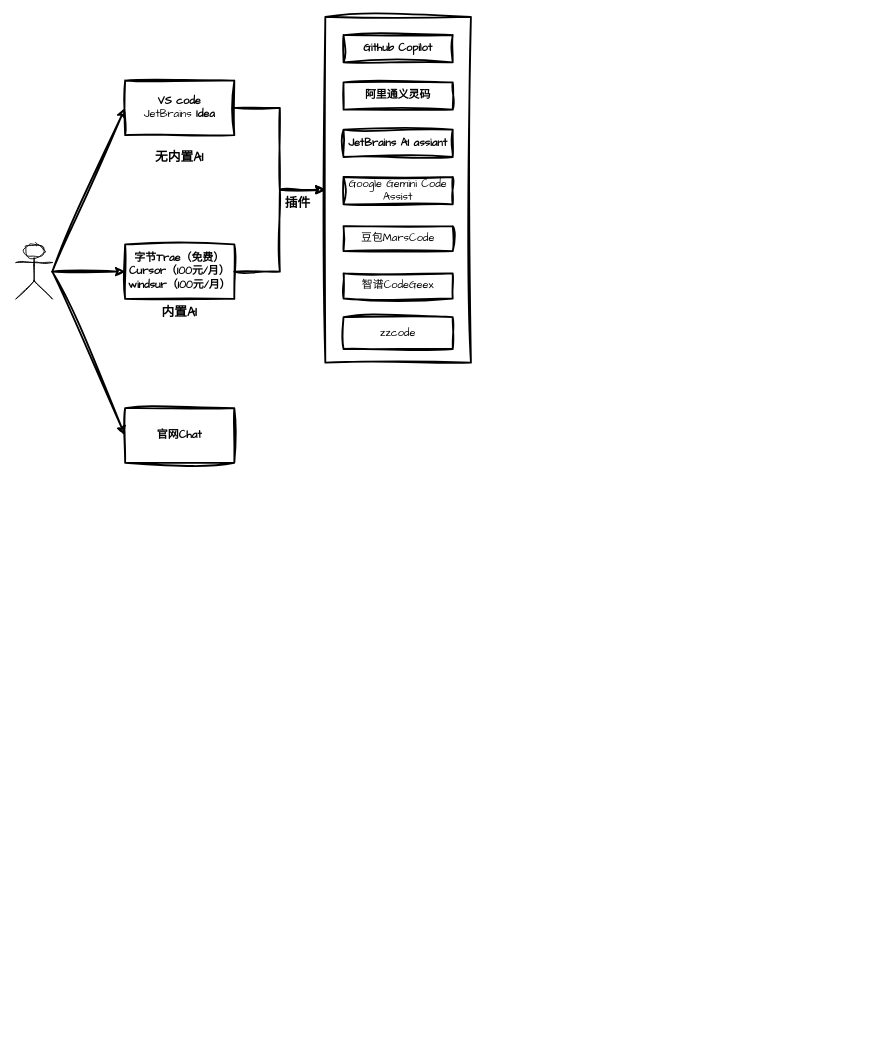
zhuanzhuan-tech/arch-draw-io keeps this draw.io diagram as tc/AI工具.drawio. Above is the earlier version. Source tidied: cells renumbered, new cells numbered last; positions are measured from the earlier drawing's top-left corner, leaving out a move shared by most shapes. Both pictures are drawn from the tidied source at 91%, with x=0, y=0 at pixel (15, 16).
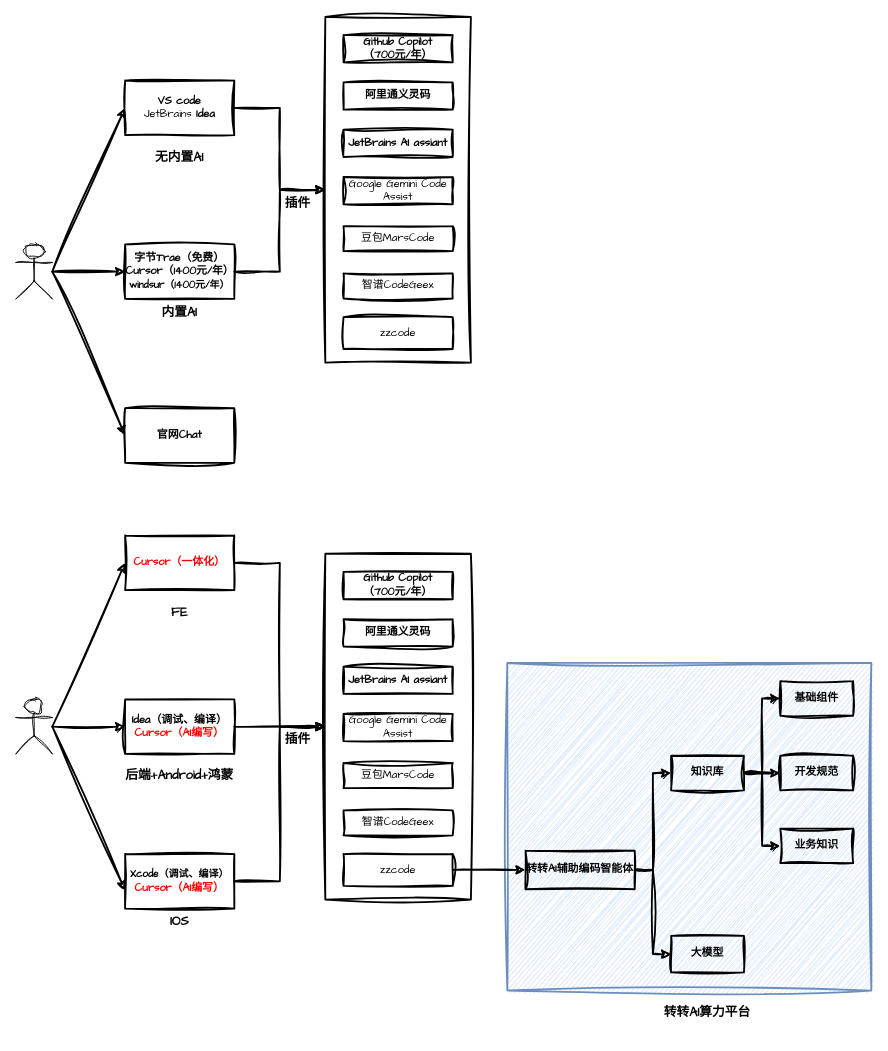
Above is the later version.

The edit, as a diff of the source:
```diff
@@
+    <mxCell id="22" value="&lt;b&gt;&lt;br&gt;&lt;/b&gt;" style="rounded=0;whiteSpace=wrap;html=1;sketch=1;hachureGap=4;jiggle=2;curveFitting=1;fontFamily=Architects Daughter;fillColor=#dae8fc;strokeWidth=2;strokeColor=#6c8ebf;" parent="1" vertex="1">
+      <mxGeometry x="540" y="710" width="400" height="360" as="geometry" />
+    </mxCell>
@@
-    <mxCell id="7" value="&lt;b&gt;字节Trae（免费）&lt;/b&gt;&lt;div&gt;&lt;b&gt;Cursor（100元/月）&lt;/b&gt;&lt;/div&gt;&lt;div&gt;&lt;b&gt;windsur&lt;/b&gt;&lt;b style=&quot;background-color: transparent; color: light-dark(rgb(0, 0, 0), rgb(255, 255, 255));&quot;&gt;（100元/月）&lt;/b&gt;&lt;/div&gt;" style="rounded=0;whiteSpace=wrap;html=1;sketch=1;hachureGap=4;jiggle=2;curveFitting=1;fontFamily=Architects Daughter;fillColor=none;strokeWidth=2;" parent="1" vertex="1">
+    <mxCell id="7" value="&lt;b&gt;字节Trae（免费）&lt;/b&gt;&lt;div&gt;&lt;b&gt;Cursor（1400元/年）&lt;/b&gt;&lt;/div&gt;&lt;div&gt;&lt;font style=&quot;font-size: 11px;&quot;&gt;&lt;b&gt;windsur&lt;/b&gt;&lt;b style=&quot;background-color: transparent; color: light-dark(rgb(0, 0, 0), rgb(255, 255, 255));&quot;&gt;（1400元/年）&lt;/b&gt;&lt;/font&gt;&lt;/div&gt;" style="rounded=0;whiteSpace=wrap;html=1;sketch=1;hachureGap=4;jiggle=2;curveFitting=1;fontFamily=Architects Daughter;fillColor=none;strokeWidth=2;" parent="1" vertex="1">
       <mxGeometry x="120" y="250" width="120" height="60" as="geometry" />
     </mxCell>
@@
-    <mxCell id="13" value="&lt;b&gt;Github Copilot&lt;/b&gt;" style="rounded=0;whiteSpace=wrap;html=1;sketch=1;hachureGap=4;jiggle=2;curveFitting=1;fontFamily=Architects Daughter;fillColor=none;strokeWidth=2;" parent="1" vertex="1">
+    <mxCell id="13" value="&lt;b&gt;Github Copilot&lt;/b&gt;&lt;div&gt;&lt;b&gt;（700元/年）&lt;/b&gt;&lt;/div&gt;" style="rounded=0;whiteSpace=wrap;html=1;sketch=1;hachureGap=4;jiggle=2;curveFitting=1;fontFamily=Architects Daughter;strokeWidth=2;" parent="1" vertex="1">
       <mxGeometry x="360" y="20" width="120" height="30" as="geometry" />
     </mxCell>
@@
+    <mxCell id="23" style="shape=umlActor;verticalLabelPosition=bottom;verticalAlign=top;html=1;sketch=1;hachureGap=4;jiggle=2;curveFitting=1;fontFamily=Architects Daughter;" parent="1" vertex="1">
+      <mxGeometry y="750" width="40" height="60" as="geometry" />
+    </mxCell>
+    <mxCell id="24" style="edgeStyle=orthogonalEdgeStyle;rounded=0;sketch=1;hachureGap=4;jiggle=2;curveFitting=1;jettySize=auto;html=1;exitX=1;exitY=0.5;exitDx=0;exitDy=0;fontFamily=Architects Daughter;strokeWidth=2;" parent="1" edge="1" source="25" target="32">
+      <mxGeometry relative="1" as="geometry" />
+    </mxCell>
+    <mxCell id="25" value="&lt;b&gt;&lt;font style=&quot;color: rgb(255, 0, 0);&quot;&gt;Cursor（一体化）&lt;/font&gt;&lt;br&gt;&lt;/b&gt;" style="rounded=0;whiteSpace=wrap;html=1;sketch=1;hachureGap=4;jiggle=2;curveFitting=1;fontFamily=Architects Daughter;fillColor=none;strokeWidth=2;" parent="1" vertex="1">
+      <mxGeometry x="120" y="570" width="120" height="60" as="geometry" />
+    </mxCell>
+    <mxCell id="26" style="edgeStyle=orthogonalEdgeStyle;rounded=0;sketch=1;hachureGap=4;jiggle=2;curveFitting=1;jettySize=auto;html=1;exitX=1;exitY=0.5;exitDx=0;exitDy=0;entryX=0;entryY=0.5;entryDx=0;entryDy=0;fontFamily=Architects Daughter;strokeWidth=2;" parent="1" edge="1" source="27" target="32">
+      <mxGeometry relative="1" as="geometry" />
+    </mxCell>
+    <mxCell id="27" value="&lt;b&gt;Idea（调试、编译）&lt;/b&gt;&lt;br&gt;&lt;div&gt;&lt;b&gt;&lt;font style=&quot;color: rgb(255, 0, 0);&quot;&gt;Cursor（AI编写）&lt;/font&gt;&lt;/b&gt;&lt;/div&gt;" style="rounded=0;whiteSpace=wrap;html=1;sketch=1;hachureGap=4;jiggle=2;curveFitting=1;fontFamily=Architects Daughter;fillColor=none;strokeWidth=2;" parent="1" vertex="1">
+      <mxGeometry x="120" y="750" width="120" height="60" as="geometry" />
+    </mxCell>
+    <mxCell id="28" style="endArrow=classic;html=1;rounded=0;sketch=1;hachureGap=4;jiggle=2;curveFitting=1;fontFamily=Architects Daughter;strokeWidth=2;entryX=0;entryY=0.5;entryDx=0;entryDy=0;" parent="1" edge="1" target="25">
+      <mxGeometry relative="1" as="geometry">
+        <mxPoint x="40" y="780" as="sourcePoint" />
+      </mxGeometry>
+    </mxCell>
+    <mxCell id="29" value="&lt;b style=&quot;forced-color-adjust: none; color: rgb(0, 0, 0); font-family: &amp;quot;Architects Daughter&amp;quot;; font-style: normal; font-variant-ligatures: normal; font-variant-caps: normal; letter-spacing: normal; orphans: 2; text-indent: 0px; text-transform: none; widows: 2; word-spacing: 0px; -webkit-text-stroke-width: 0px; white-space: nowrap; text-decoration-thickness: initial; text-decoration-style: initial; text-decoration-color: initial;&quot;&gt;&lt;font style=&quot;forced-color-adjust: none; font-size: 14px;&quot;&gt;FE&lt;/font&gt;&lt;/b&gt;" style="text;whiteSpace=wrap;html=1;fontFamily=Architects Daughter;align=center;" parent="1" vertex="1">
+      <mxGeometry x="140" y="640" width="80" height="40" as="geometry" />
+    </mxCell>
+    <mxCell id="30" value="&lt;b style=&quot;forced-color-adjust: none; color: rgb(0, 0, 0); font-family: &amp;quot;Architects Daughter&amp;quot;; font-style: normal; font-variant-ligatures: normal; font-variant-caps: normal; letter-spacing: normal; orphans: 2; text-indent: 0px; text-transform: none; widows: 2; word-spacing: 0px; -webkit-text-stroke-width: 0px; white-space: nowrap; text-decoration-thickness: initial; text-decoration-style: initial; text-decoration-color: initial;&quot;&gt;&lt;font style=&quot;forced-color-adjust: none; font-size: 14px;&quot;&gt;后端+Android+鸿蒙&lt;/font&gt;&lt;/b&gt;" style="text;whiteSpace=wrap;html=1;fontFamily=Architects Daughter;align=center;" parent="1" vertex="1">
+      <mxGeometry x="140" y="819" width="80" height="40" as="geometry" />
+    </mxCell>
+    <mxCell id="31" style="endArrow=classic;html=1;rounded=0;sketch=1;hachureGap=4;jiggle=2;curveFitting=1;fontFamily=Architects Daughter;strokeWidth=2;entryX=0;entryY=0.5;entryDx=0;entryDy=0;" parent="1" edge="1">
+      <mxGeometry relative="1" as="geometry">
+        <mxPoint x="40" y="780" as="sourcePoint" />
+        <mxPoint x="120" y="960" as="targetPoint" />
+      </mxGeometry>
+    </mxCell>
+    <mxCell id="32" style="rounded=0;whiteSpace=wrap;html=1;sketch=1;hachureGap=4;jiggle=2;curveFitting=1;fontFamily=Architects Daughter;fillColor=none;strokeWidth=2;" parent="1" vertex="1">
+      <mxGeometry x="340" y="590" width="160" height="380" as="geometry" />
+    </mxCell>
+    <mxCell id="33" value="&lt;b&gt;阿里通义灵码&lt;/b&gt;" style="rounded=0;whiteSpace=wrap;html=1;sketch=1;hachureGap=4;jiggle=2;curveFitting=1;fontFamily=Architects Daughter;fillColor=none;strokeWidth=2;" parent="1" vertex="1">
+      <mxGeometry x="360" y="662" width="120" height="30" as="geometry" />
+    </mxCell>
+    <mxCell id="34" value="&lt;b&gt;JetBrains AI assiant&lt;/b&gt;" style="rounded=0;whiteSpace=wrap;html=1;sketch=1;hachureGap=4;jiggle=2;curveFitting=1;fontFamily=Architects Daughter;fillColor=none;strokeWidth=2;" parent="1" vertex="1">
+      <mxGeometry x="360" y="714" width="120" height="30" as="geometry" />
+    </mxCell>
+    <mxCell id="35" value="&lt;span style=&quot;background-color: transparent; color: light-dark(rgb(0, 0, 0), rgb(255, 255, 255));&quot;&gt;Google Gemini Code Assist&lt;/span&gt;" style="rounded=0;whiteSpace=wrap;html=1;sketch=1;hachureGap=4;jiggle=2;curveFitting=1;fontFamily=Architects Daughter;fillColor=none;strokeWidth=2;" parent="1" vertex="1">
+      <mxGeometry x="360" y="766" width="120" height="30" as="geometry" />
+    </mxCell>
+    <mxCell id="36" value="&lt;div data-mind-map-text=&quot;[{&amp;quot;paragraphProps&amp;quot;:{&amp;quot;type&amp;quot;:&amp;quot;paragraph&amp;quot;,&amp;quot;textAlign&amp;quot;:0,&amp;quot;lineSpacing&amp;quot;:1.4},&amp;quot;isComplete&amp;quot;:true,&amp;quot;textProps&amp;quot;:[{&amp;quot;type&amp;quot;:&amp;quot;text&amp;quot;,&amp;quot;text&amp;quot;:&amp;quot;豆包MarsCode&amp;quot;,&amp;quot;color&amp;quot;:&amp;quot;#1f1f1f&amp;quot;,&amp;quot;fontWeight&amp;quot;:400,&amp;quot;fontSize&amp;quot;:14,&amp;quot;fontFamily&amp;quot;:&amp;quot;\&amp;quot;Helvetica Neue\&amp;quot;, Helvetica, \&amp;quot;PingFang SC\&amp;quot;, \&amp;quot;Microsoft YaHei\&amp;quot;, \&amp;quot;Source Han Sans SC\&amp;quot;, \&amp;quot;Noto Sans CJK SC\&amp;quot;, \&amp;quot;WenQuanYi Micro Hei\&amp;quot;, sans-serif&amp;quot;,&amp;quot;italic&amp;quot;:false,&amp;quot;underline&amp;quot;:false,&amp;quot;strike&amp;quot;:false}]}]&quot;&gt;豆包MarsCode&lt;/div&gt;" style="rounded=0;whiteSpace=wrap;html=1;sketch=1;hachureGap=4;jiggle=2;curveFitting=1;fontFamily=Architects Daughter;fillColor=none;strokeWidth=2;" parent="1" vertex="1">
+      <mxGeometry x="360" y="820" width="120" height="27.5" as="geometry" />
+    </mxCell>
+    <mxCell id="37" style="edgeStyle=orthogonalEdgeStyle;rounded=0;sketch=1;hachureGap=4;jiggle=2;curveFitting=1;jettySize=auto;html=1;exitX=1;exitY=0.5;exitDx=0;exitDy=0;entryX=0;entryY=0.5;entryDx=0;entryDy=0;fontFamily=Architects Daughter;strokeWidth=2;" parent="1" edge="1" source="38" target="42">
+      <mxGeometry relative="1" as="geometry" />
+    </mxCell>
+    <mxCell id="38" value="&lt;div data-mind-map-text=&quot;[{&amp;quot;paragraphProps&amp;quot;:{&amp;quot;type&amp;quot;:&amp;quot;paragraph&amp;quot;,&amp;quot;textAlign&amp;quot;:0,&amp;quot;lineSpacing&amp;quot;:1.4},&amp;quot;isComplete&amp;quot;:true,&amp;quot;textProps&amp;quot;:[{&amp;quot;type&amp;quot;:&amp;quot;text&amp;quot;,&amp;quot;text&amp;quot;:&amp;quot;豆包MarsCode&amp;quot;,&amp;quot;color&amp;quot;:&amp;quot;#1f1f1f&amp;quot;,&amp;quot;fontWeight&amp;quot;:400,&amp;quot;fontSize&amp;quot;:14,&amp;quot;fontFamily&amp;quot;:&amp;quot;\&amp;quot;Helvetica Neue\&amp;quot;, Helvetica, \&amp;quot;PingFang SC\&amp;quot;, \&amp;quot;Microsoft YaHei\&amp;quot;, \&amp;quot;Source Han Sans SC\&amp;quot;, \&amp;quot;Noto Sans CJK SC\&amp;quot;, \&amp;quot;WenQuanYi Micro Hei\&amp;quot;, sans-serif&amp;quot;,&amp;quot;italic&amp;quot;:false,&amp;quot;underline&amp;quot;:false,&amp;quot;strike&amp;quot;:false}]}]&quot;&gt;&lt;div data-mind-map-text=&quot;[{&amp;quot;paragraphProps&amp;quot;:{&amp;quot;type&amp;quot;:&amp;quot;paragraph&amp;quot;,&amp;quot;textAlign&amp;quot;:0,&amp;quot;lineSpacing&amp;quot;:1.4},&amp;quot;isComplete&amp;quot;:true,&amp;quot;textProps&amp;quot;:[{&amp;quot;type&amp;quot;:&amp;quot;text&amp;quot;,&amp;quot;text&amp;quot;:&amp;quot;zzcode&amp;quot;,&amp;quot;color&amp;quot;:&amp;quot;#1f1f1f&amp;quot;,&amp;quot;fontWeight&amp;quot;:400,&amp;quot;fontSize&amp;quot;:14,&amp;quot;fontFamily&amp;quot;:&amp;quot;\&amp;quot;Helvetica Neue\&amp;quot;, Helvetica, \&amp;quot;PingFang SC\&amp;quot;, \&amp;quot;Microsoft YaHei\&amp;quot;, \&amp;quot;Source Han Sans SC\&amp;quot;, \&amp;quot;Noto Sans CJK SC\&amp;quot;, \&amp;quot;WenQuanYi Micro Hei\&amp;quot;, sans-serif&amp;quot;,&amp;quot;italic&amp;quot;:false,&amp;quot;underline&amp;quot;:false,&amp;quot;strike&amp;quot;:false}]}]&quot;&gt;zzcode&lt;/div&gt;&lt;/div&gt;" style="rounded=0;whiteSpace=wrap;html=1;sketch=1;hachureGap=4;jiggle=2;curveFitting=1;fontFamily=Architects Daughter;fillColor=none;strokeWidth=2;" parent="1" vertex="1">
+      <mxGeometry x="360" y="920" width="120" height="35" as="geometry" />
+    </mxCell>
+    <mxCell id="39" value="&lt;div data-mind-map-text=&quot;[{&amp;quot;paragraphProps&amp;quot;:{&amp;quot;type&amp;quot;:&amp;quot;paragraph&amp;quot;,&amp;quot;textAlign&amp;quot;:0,&amp;quot;lineSpacing&amp;quot;:1.4},&amp;quot;isComplete&amp;quot;:true,&amp;quot;textProps&amp;quot;:[{&amp;quot;type&amp;quot;:&amp;quot;text&amp;quot;,&amp;quot;text&amp;quot;:&amp;quot;豆包MarsCode&amp;quot;,&amp;quot;color&amp;quot;:&amp;quot;#1f1f1f&amp;quot;,&amp;quot;fontWeight&amp;quot;:400,&amp;quot;fontSize&amp;quot;:14,&amp;quot;fontFamily&amp;quot;:&amp;quot;\&amp;quot;Helvetica Neue\&amp;quot;, Helvetica, \&amp;quot;PingFang SC\&amp;quot;, \&amp;quot;Microsoft YaHei\&amp;quot;, \&amp;quot;Source Han Sans SC\&amp;quot;, \&amp;quot;Noto Sans CJK SC\&amp;quot;, \&amp;quot;WenQuanYi Micro Hei\&amp;quot;, sans-serif&amp;quot;,&amp;quot;italic&amp;quot;:false,&amp;quot;underline&amp;quot;:false,&amp;quot;strike&amp;quot;:false}]}]&quot;&gt;智谱CodeGeex&lt;/div&gt;" style="rounded=0;whiteSpace=wrap;html=1;sketch=1;hachureGap=4;jiggle=2;curveFitting=1;fontFamily=Architects Daughter;fillColor=none;strokeWidth=2;" parent="1" vertex="1">
+      <mxGeometry x="360" y="872" width="120" height="27.5" as="geometry" />
+    </mxCell>
+    <mxCell id="40" style="edgeStyle=orthogonalEdgeStyle;rounded=0;sketch=1;hachureGap=4;jiggle=2;curveFitting=1;jettySize=auto;html=1;exitX=1;exitY=0.5;exitDx=0;exitDy=0;entryX=0;entryY=0.5;entryDx=0;entryDy=0;fontFamily=Architects Daughter;strokeWidth=2;" parent="1" edge="1" source="42" target="46">
+      <mxGeometry relative="1" as="geometry" />
+    </mxCell>
+    <mxCell id="41" style="edgeStyle=orthogonalEdgeStyle;rounded=0;sketch=1;hachureGap=4;jiggle=2;curveFitting=1;jettySize=auto;html=1;exitX=1;exitY=0.5;exitDx=0;exitDy=0;entryX=0;entryY=0.5;entryDx=0;entryDy=0;fontFamily=Architects Daughter;strokeWidth=2;" parent="1" edge="1" source="42" target="47">
+      <mxGeometry relative="1" as="geometry" />
+    </mxCell>
+    <mxCell id="42" value="&lt;b&gt;转转AI辅助编码智能体&lt;br&gt;&lt;/b&gt;" style="rounded=0;whiteSpace=wrap;html=1;sketch=1;hachureGap=4;jiggle=2;curveFitting=1;fontFamily=Architects Daughter;fillColor=none;strokeWidth=2;" parent="1" vertex="1">
+      <mxGeometry x="560" y="916.2" width="120" height="42.5" as="geometry" />
+    </mxCell>
+    <mxCell id="43" style="edgeStyle=orthogonalEdgeStyle;rounded=0;sketch=1;hachureGap=4;jiggle=2;curveFitting=1;jettySize=auto;html=1;exitX=1;exitY=0.5;exitDx=0;exitDy=0;entryX=0;entryY=0.5;entryDx=0;entryDy=0;fontFamily=Architects Daughter;strokeWidth=2;" parent="1" edge="1" source="46" target="49">
+      <mxGeometry relative="1" as="geometry" />
+    </mxCell>
+    <mxCell id="44" style="edgeStyle=orthogonalEdgeStyle;rounded=0;sketch=1;hachureGap=4;jiggle=2;curveFitting=1;jettySize=auto;html=1;exitX=1;exitY=0.5;exitDx=0;exitDy=0;entryX=0;entryY=0.5;entryDx=0;entryDy=0;fontFamily=Architects Daughter;strokeWidth=2;" parent="1" edge="1" source="46" target="50">
+      <mxGeometry relative="1" as="geometry" />
+    </mxCell>
+    <mxCell id="45" style="edgeStyle=orthogonalEdgeStyle;rounded=0;sketch=1;hachureGap=4;jiggle=2;curveFitting=1;jettySize=auto;html=1;exitX=1;exitY=0.5;exitDx=0;exitDy=0;entryX=0;entryY=0.5;entryDx=0;entryDy=0;fontFamily=Architects Daughter;strokeWidth=2;" parent="1" edge="1" source="46" target="51">
+      <mxGeometry relative="1" as="geometry" />
+    </mxCell>
+    <mxCell id="46" value="&lt;b&gt;知识库&lt;/b&gt;" style="rounded=0;whiteSpace=wrap;html=1;sketch=1;hachureGap=4;jiggle=2;curveFitting=1;fontFamily=Architects Daughter;fillColor=none;strokeWidth=2;" parent="1" vertex="1">
+      <mxGeometry x="720" y="812" width="80" height="38" as="geometry" />
+    </mxCell>
+    <mxCell id="47" value="&lt;b&gt;大模型&lt;br&gt;&lt;/b&gt;" style="rounded=0;whiteSpace=wrap;html=1;sketch=1;hachureGap=4;jiggle=2;curveFitting=1;fontFamily=Architects Daughter;fillColor=none;strokeWidth=2;" parent="1" vertex="1">
+      <mxGeometry x="720" y="1010" width="80" height="40" as="geometry" />
+    </mxCell>
+    <mxCell id="48" value="&lt;b style=&quot;forced-color-adjust: none; color: rgb(0, 0, 0); font-family: &amp;quot;Architects Daughter&amp;quot;; font-style: normal; font-variant-ligatures: normal; font-variant-caps: normal; letter-spacing: normal; orphans: 2; text-indent: 0px; text-transform: none; widows: 2; word-spacing: 0px; -webkit-text-stroke-width: 0px; white-space: nowrap; text-decoration-thickness: initial; text-decoration-style: initial; text-decoration-color: initial;&quot;&gt;&lt;font style=&quot;forced-color-adjust: none; font-size: 14px;&quot;&gt;插件&lt;/font&gt;&lt;/b&gt;" style="text;whiteSpace=wrap;html=1;fontFamily=Architects Daughter;align=center;" parent="1" vertex="1">
+      <mxGeometry x="270" y="780" width="80" height="40" as="geometry" />
+    </mxCell>
+    <mxCell id="49" value="&lt;b&gt;基础组件&lt;/b&gt;" style="rounded=0;whiteSpace=wrap;html=1;sketch=1;hachureGap=4;jiggle=2;curveFitting=1;fontFamily=Architects Daughter;fillColor=none;strokeWidth=2;" parent="1" vertex="1">
+      <mxGeometry x="840" y="730" width="80" height="38" as="geometry" />
+    </mxCell>
+    <mxCell id="50" value="&lt;b&gt;开发规范&lt;/b&gt;" style="rounded=0;whiteSpace=wrap;html=1;sketch=1;hachureGap=4;jiggle=2;curveFitting=1;fontFamily=Architects Daughter;fillColor=none;strokeWidth=2;" parent="1" vertex="1">
+      <mxGeometry x="840" y="812" width="80" height="38" as="geometry" />
+    </mxCell>
+    <mxCell id="51" value="&lt;b&gt;业务知识&lt;/b&gt;" style="rounded=0;whiteSpace=wrap;html=1;sketch=1;hachureGap=4;jiggle=2;curveFitting=1;fontFamily=Architects Daughter;fillColor=none;strokeWidth=2;" parent="1" vertex="1">
+      <mxGeometry x="840" y="892" width="80" height="38" as="geometry" />
+    </mxCell>
+    <mxCell id="52" value="&lt;b style=&quot;forced-color-adjust: none; color: rgb(0, 0, 0); font-family: &amp;quot;Architects Daughter&amp;quot;; font-style: normal; font-variant-ligatures: normal; font-variant-caps: normal; letter-spacing: normal; orphans: 2; text-indent: 0px; text-transform: none; widows: 2; word-spacing: 0px; -webkit-text-stroke-width: 0px; white-space: nowrap; text-decoration-thickness: initial; text-decoration-style: initial; text-decoration-color: initial;&quot;&gt;&lt;font style=&quot;forced-color-adjust: none; font-size: 14px;&quot;&gt;转转AI算力平台&lt;/font&gt;&lt;/b&gt;" style="text;whiteSpace=wrap;html=1;fontFamily=Architects Daughter;align=center;" parent="1" vertex="1">
+      <mxGeometry x="720" y="1080" width="80" height="40" as="geometry" />
+    </mxCell>
+    <mxCell id="53" value="&lt;b&gt;Github Copilot&lt;/b&gt;&lt;div&gt;&lt;b&gt;（700元/年）&lt;/b&gt;&lt;/div&gt;" style="rounded=0;whiteSpace=wrap;html=1;sketch=1;hachureGap=4;jiggle=2;curveFitting=1;fontFamily=Architects Daughter;strokeWidth=2;" parent="1" vertex="1">
+      <mxGeometry x="360" y="610" width="120" height="30" as="geometry" />
+    </mxCell>
+    <mxCell id="54" style="edgeStyle=orthogonalEdgeStyle;rounded=0;sketch=1;hachureGap=4;jiggle=2;curveFitting=1;jettySize=auto;html=1;exitX=1;exitY=0.5;exitDx=0;exitDy=0;fontFamily=Architects Daughter;entryX=0;entryY=0.5;entryDx=0;entryDy=0;strokeWidth=2;" parent="1" edge="1" source="55" target="32">
+      <mxGeometry relative="1" as="geometry" />
+    </mxCell>
+    <mxCell id="55" value="&lt;b&gt;&lt;font style=&quot;font-size: 11px;&quot;&gt;Xcode（调试、编译）&lt;/font&gt;&lt;/b&gt;&lt;br&gt;&lt;div&gt;&lt;b&gt;&lt;font style=&quot;color: rgb(255, 0, 0);&quot;&gt;Cursor（AI编写）&lt;/font&gt;&lt;/b&gt;&lt;/div&gt;" style="rounded=0;whiteSpace=wrap;html=1;sketch=1;hachureGap=4;jiggle=2;curveFitting=1;fontFamily=Architects Daughter;fillColor=none;strokeWidth=2;" parent="1" vertex="1">
+      <mxGeometry x="120" y="920" width="120" height="60" as="geometry" />
+    </mxCell>
+    <mxCell id="56" style="endArrow=classic;html=1;rounded=0;sketch=1;hachureGap=4;jiggle=2;curveFitting=1;fontFamily=Architects Daughter;strokeWidth=2;entryX=0;entryY=0.5;entryDx=0;entryDy=0;" parent="1" edge="1" target="27">
+      <mxGeometry relative="1" as="geometry">
+        <mxPoint x="40" y="780" as="sourcePoint" />
+      </mxGeometry>
+    </mxCell>
+    <mxCell id="57" value="&lt;b style=&quot;forced-color-adjust: none; color: rgb(0, 0, 0); font-family: &amp;quot;Architects Daughter&amp;quot;; font-style: normal; font-variant-ligatures: normal; font-variant-caps: normal; letter-spacing: normal; orphans: 2; text-indent: 0px; text-transform: none; widows: 2; word-spacing: 0px; -webkit-text-stroke-width: 0px; white-space: nowrap; text-decoration-thickness: initial; text-decoration-style: initial; text-decoration-color: initial;&quot;&gt;&lt;font style=&quot;forced-color-adjust: none; font-size: 14px;&quot;&gt;IOS&lt;/font&gt;&lt;/b&gt;" style="text;whiteSpace=wrap;html=1;fontFamily=Architects Daughter;align=center;" parent="1" vertex="1">
+      <mxGeometry x="140" y="980" width="80" height="40" as="geometry" />
+    </mxCell>
```
